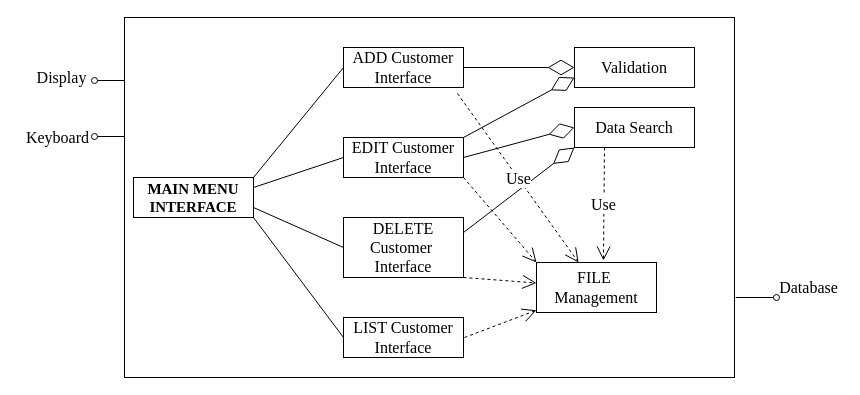
Above: Untitled Diagram.drawio in francis-job/jarvis (draw.io), before the change. Source tidied: cells renumbered, new cells numbered last; positions are measured from the earlier drawing's top-left corner, leaving out a move shared by most shapes. Both pictures are drawn from the tidied source at 100%, with x=0, y=0 at pixel (17, 17).
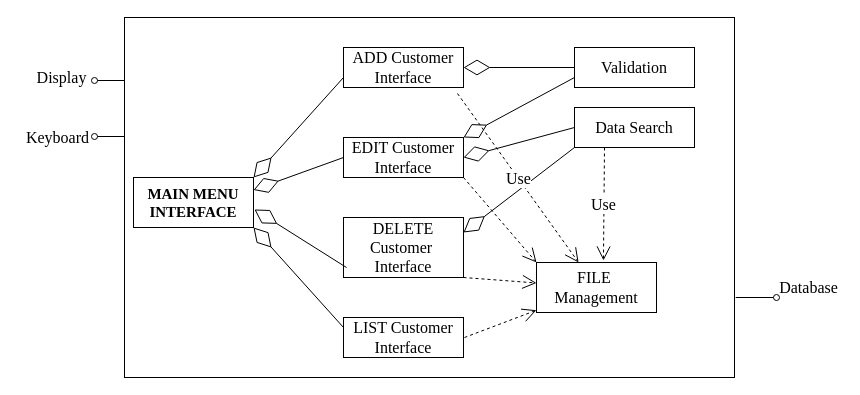
Above is the later version.

Commit message:
monica_chcek

The change refers to these unchanged cells:
```xml
<mxCell id="4" value="ADD Customer&lt;br&gt;Interface" style="rounded=0;whiteSpace=wrap;html=1;fontFamily=Times New Roman;fontSize=16;" parent="1" vertex="1">
  <mxGeometry x="326" y="30" width="120" height="40" as="geometry" />
</mxCell>
<mxCell id="5" value="&lt;font style=&quot;font-size: 16px&quot;&gt;EDIT Customer&lt;br&gt;Interface&lt;/font&gt;" style="rounded=0;whiteSpace=wrap;html=1;fontFamily=Times New Roman;" parent="1" vertex="1">
  <mxGeometry x="326" y="120" width="120" height="40" as="geometry" />
</mxCell>
<mxCell id="6" value="&lt;font style=&quot;font-size: 16px&quot;&gt;LIST Customer&lt;br&gt;Interface&lt;/font&gt;" style="rounded=0;whiteSpace=wrap;html=1;fontFamily=Times New Roman;" parent="1" vertex="1">
  <mxGeometry x="326" y="300" width="120" height="40" as="geometry" />
</mxCell>
<mxCell id="7" value="&lt;font style=&quot;font-size: 16px&quot;&gt;DELETE Customer&amp;nbsp;&lt;br&gt;Interface&lt;/font&gt;" style="rounded=0;whiteSpace=wrap;html=1;fontFamily=Times New Roman;" parent="1" vertex="1">
  <mxGeometry x="326" y="200" width="120" height="60" as="geometry" />
</mxCell>
<mxCell id="8" value="Validation" style="rounded=0;whiteSpace=wrap;html=1;fontFamily=Times New Roman;fontSize=16;" parent="1" vertex="1">
  <mxGeometry x="557" y="30" width="120" height="40" as="geometry" />
</mxCell>
<mxCell id="9" value="Data Search" style="rounded=0;whiteSpace=wrap;html=1;fontFamily=Times New Roman;fontSize=16;" parent="1" vertex="1">
  <mxGeometry x="557" y="90" width="120" height="40" as="geometry" />
</mxCell>
```

What changed in the source:
```diff
@@
     <mxCell id="3" value="&lt;font style=&quot;font-size: 15px&quot;&gt;MAIN MENU INTERFACE&lt;/font&gt;" style="rounded=0;whiteSpace=wrap;html=1;fontFamily=Times New Roman;fontStyle=1;" parent="1" vertex="1">
-      <mxGeometry x="116" y="160" width="120" height="40" as="geometry" />
+      <mxGeometry x="116" y="160" width="120" height="50" as="geometry" />
     </mxCell>
@@
-    <mxCell id="11" style="endArrow=none;html=1;fontFamily=Times New Roman;fontSize=16;entryX=0;entryY=0.5;entryDx=0;entryDy=0;exitX=1;exitY=0;exitDx=0;exitDy=0;" parent="1" edge="1" source="3" target="4">
-      <mxGeometry relative="1" as="geometry" />
-    </mxCell>
-    <mxCell id="12" style="endArrow=none;html=1;fontFamily=Times New Roman;fontSize=16;exitX=1;exitY=0.25;exitDx=0;exitDy=0;entryX=0;entryY=0.5;entryDx=0;entryDy=0;" parent="1" edge="1" source="3" target="5">
-      <mxGeometry relative="1" as="geometry" />
-    </mxCell>
-    <mxCell id="13" style="endArrow=none;html=1;fontFamily=Times New Roman;fontSize=16;entryX=1;entryY=0.75;entryDx=0;entryDy=0;exitX=0;exitY=0.5;exitDx=0;exitDy=0;" parent="1" edge="1" source="7" target="3">
-      <mxGeometry relative="1" as="geometry" />
-    </mxCell>
-    <mxCell id="14" style="endArrow=none;html=1;fontFamily=Times New Roman;fontSize=16;entryX=1;entryY=1;entryDx=0;entryDy=0;exitX=0;exitY=0.5;exitDx=0;exitDy=0;" parent="1" edge="1" source="6" target="3">
-      <mxGeometry relative="1" as="geometry" />
-    </mxCell>
@@
-    <mxCell id="24" style="endArrow=diamondThin;endFill=0;endSize=24;html=1;fontFamily=Times New Roman;fontSize=16;entryX=0;entryY=0.5;entryDx=0;entryDy=0;exitX=1;exitY=0.5;exitDx=0;exitDy=0;" parent="1" edge="1" source="4" target="8">
+    <mxCell id="24" style="endArrow=diamondThin;endFill=0;endSize=24;html=1;fontFamily=Times New Roman;fontSize=16;entryX=1;entryY=0.5;entryDx=0;entryDy=0;exitX=0;exitY=0.5;exitDx=0;exitDy=0;" parent="1" edge="1" source="8" target="4">
       <mxGeometry relative="1" as="geometry" />
     </mxCell>
-    <mxCell id="25" style="endArrow=diamondThin;endFill=0;endSize=24;html=1;fontFamily=Times New Roman;fontSize=16;entryX=0;entryY=0.75;entryDx=0;entryDy=0;exitX=1;exitY=0;exitDx=0;exitDy=0;" parent="1" edge="1" source="5" target="8">
+    <mxCell id="25" style="endArrow=diamondThin;endFill=0;endSize=24;html=1;fontFamily=Times New Roman;fontSize=16;entryX=1;entryY=0;entryDx=0;entryDy=0;exitX=0;exitY=0.75;exitDx=0;exitDy=0;" parent="1" edge="1" source="8" target="5">
       <mxGeometry relative="1" as="geometry" />
     </mxCell>
-    <mxCell id="26" style="endArrow=diamondThin;endFill=0;endSize=24;html=1;fontFamily=Times New Roman;fontSize=16;entryX=0;entryY=0.5;entryDx=0;entryDy=0;exitX=1;exitY=0.5;exitDx=0;exitDy=0;" parent="1" edge="1" source="5" target="9">
+    <mxCell id="26" style="endArrow=diamondThin;endFill=0;endSize=24;html=1;fontFamily=Times New Roman;fontSize=16;entryX=1;entryY=0.5;entryDx=0;entryDy=0;exitX=0;exitY=0.5;exitDx=0;exitDy=0;" parent="1" edge="1" source="9" target="5">
       <mxGeometry relative="1" as="geometry" />
     </mxCell>
-    <mxCell id="27" style="endArrow=diamondThin;endFill=0;endSize=24;html=1;fontFamily=Times New Roman;fontSize=16;entryX=0;entryY=1;entryDx=0;entryDy=0;exitX=1;exitY=0.25;exitDx=0;exitDy=0;" parent="1" edge="1" source="7" target="9">
+    <mxCell id="27" style="endArrow=diamondThin;endFill=0;endSize=24;html=1;fontFamily=Times New Roman;fontSize=16;entryX=1;entryY=0.25;entryDx=0;entryDy=0;exitX=0;exitY=1;exitDx=0;exitDy=0;" parent="1" edge="1" source="9" target="7">
       <mxGeometry relative="1" as="geometry" />
     </mxCell>
@@
+    <mxCell id="30" style="endArrow=diamondThin;endFill=0;endSize=24;html=1;exitX=0;exitY=0.75;exitDx=0;exitDy=0;entryX=1;entryY=0;entryDx=0;entryDy=0;" parent="1" edge="1" source="4" target="3">
+      <mxGeometry relative="1" as="geometry" />
+    </mxCell>
+    <mxCell id="31" style="endArrow=diamondThin;endFill=0;endSize=24;html=1;entryX=1;entryY=0.25;entryDx=0;entryDy=0;exitX=0;exitY=0.5;exitDx=0;exitDy=0;" parent="1" edge="1" source="5" target="3">
+      <mxGeometry relative="1" as="geometry" />
+    </mxCell>
+    <mxCell id="32" style="endArrow=diamondThin;endFill=0;endSize=24;html=1;entryX=1.008;entryY=0.64;entryDx=0;entryDy=0;entryPerimeter=0;" parent="1" edge="1" target="3">
+      <mxGeometry relative="1" as="geometry">
+        <mxPoint x="329" y="250" as="sourcePoint" />
+      </mxGeometry>
+    </mxCell>
+    <mxCell id="14" style="endArrow=diamondThin;endFill=0;endSize=24;html=1;entryX=1;entryY=1;entryDx=0;entryDy=0;exitX=0;exitY=0.25;exitDx=0;exitDy=0;" parent="1" edge="1" source="6" target="3">
+      <mxGeometry relative="1" as="geometry" />
+    </mxCell>
```
